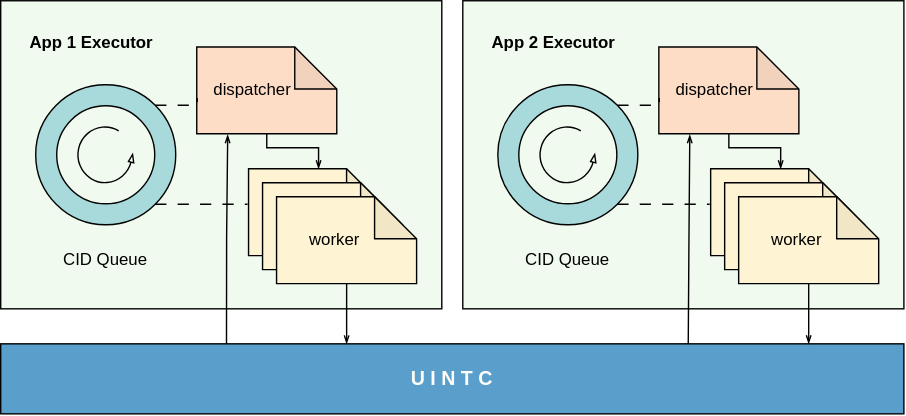
Before: images/executor.svg, a diagram exported from draw.io (LynxPeng/GraduationProjectPaper). Source tidied: cells renumbered, new cells last; positions are measured from the earlier drawing's top-left corner, leaving out a move shared by most shapes.
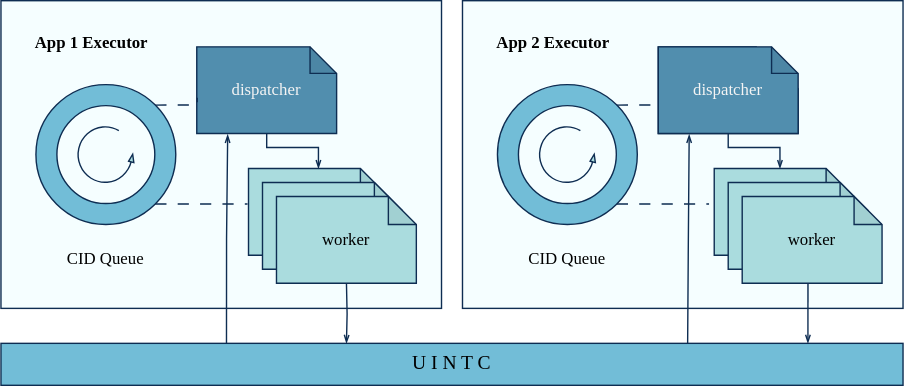
The same file after the commit.

What changed in the source:
```diff
@@ -2,43 +2,37 @@
   <root>
     <mxCell id="0" />
     <mxCell id="1" parent="0" />
-    <mxCell id="2" style="rounded=0;whiteSpace=wrap;html=1;fillColor=#F1FAEE;" parent="1" vertex="1">
+    <mxCell id="2" style="rounded=0;whiteSpace=wrap;html=1;fontFamily=思源黑体 CN VF;fillColor=#F5FEFF;strokeColor=#0E2D52;" parent="1" vertex="1">
       <mxGeometry width="315" height="220" as="geometry" />
     </mxCell>
-    <mxCell id="3" style="ellipse;whiteSpace=wrap;html=1;fillColor=#A8DADC;" parent="1" vertex="1">
+    <mxCell id="3" style="ellipse;whiteSpace=wrap;html=1;fillColor=#72BDD7;fontFamily=思源黑体 CN VF;strokeColor=#0E2D52;" parent="1" vertex="1">
       <mxGeometry x="25" y="60" width="100" height="100" as="geometry" />
     </mxCell>
-    <mxCell id="4" style="ellipse;whiteSpace=wrap;html=1;fillColor=#F1FAEE;" parent="1" vertex="1">
+    <mxCell id="4" style="ellipse;whiteSpace=wrap;html=1;fontFamily=思源黑体 CN VF;fillColor=#F5FEFF;strokeColor=#0E2D52;" parent="1" vertex="1">
       <mxGeometry x="40" y="75" width="70" height="70" as="geometry" />
     </mxCell>
-    <mxCell id="5" value="dispatcher&amp;nbsp; &amp;nbsp; &amp;nbsp;&amp;nbsp;" style="shape=note;whiteSpace=wrap;html=1;backgroundOutline=1;darkOpacity=0.05;fillColor=#FEDDC7;" parent="1" vertex="1">
+    <mxCell id="5" value="dispatcher" style="shape=note;whiteSpace=wrap;html=1;backgroundOutline=1;darkOpacity=0.05;fillColor=#518EAE;fontFamily=思源黑体 CN VF;strokeColor=#0E2D52;fontColor=#F4F4F4;size=19;" parent="1" vertex="1">
       <mxGeometry x="140" y="33" width="100" height="62" as="geometry" />
     </mxCell>
-    <mxCell id="6" value="worker" style="shape=note;whiteSpace=wrap;html=1;backgroundOutline=1;darkOpacity=0.05;fillColor=#FEF3D2;" parent="1" vertex="1">
+    <mxCell id="6" value="worker" style="shape=note;whiteSpace=wrap;html=1;backgroundOutline=1;darkOpacity=0.05;fillColor=#AADCDE;fontFamily=思源黑体 CN VF;gradientColor=none;strokeColor=#0E2D52;size=20;" parent="1" vertex="1">
       <mxGeometry x="177" y="120" width="100" height="62" as="geometry" />
     </mxCell>
-    <mxCell id="7" value="worker" style="shape=note;whiteSpace=wrap;html=1;backgroundOutline=1;darkOpacity=0.05;fillColor=#FEF3D2;" parent="1" vertex="1">
-      <mxGeometry x="187" y="130" width="100" height="62" as="geometry" />
-    </mxCell>
-    <mxCell id="8" value="worker&amp;nbsp; &amp;nbsp; &amp;nbsp;" style="shape=note;whiteSpace=wrap;html=1;backgroundOutline=1;darkOpacity=0.05;fillColor=#FEF3D2;" parent="1" vertex="1">
-      <mxGeometry x="197" y="140" width="100" height="62" as="geometry" />
-    </mxCell>
-    <mxCell id="9" style="verticalLabelPosition=bottom;html=1;verticalAlign=top;strokeWidth=1;shape=mxgraph.lean_mapping.physical_pull;" parent="1" vertex="1">
+    <mxCell id="9" style="verticalLabelPosition=bottom;html=1;verticalAlign=top;strokeWidth=1;shape=mxgraph.lean_mapping.physical_pull;fontFamily=思源黑体 CN VF;fillColor=#AADCDE;strokeColor=#0E2D52;" parent="1" vertex="1">
       <mxGeometry x="55" y="90" width="40" height="40" as="geometry" />
     </mxCell>
-    <mxCell id="10" value="CID Queue" style="text;strokeColor=none;align=center;fillColor=none;html=1;verticalAlign=middle;whiteSpace=wrap;rounded=0;" parent="1" vertex="1">
+    <mxCell id="10" value="CID Queue" style="text;strokeColor=none;align=center;fillColor=none;html=1;verticalAlign=middle;whiteSpace=wrap;rounded=0;fontFamily=思源黑体 CN VF;" parent="1" vertex="1">
       <mxGeometry x="40" y="170" width="70" height="30" as="geometry" />
     </mxCell>
-    <mxCell id="11" style="edgeStyle=orthogonalEdgeStyle;rounded=0;jettySize=auto;html=1;exitX=1;exitY=0;exitDx=0;exitDy=0;entryX=0.003;entryY=0.587;entryDx=0;entryDy=0;entryPerimeter=0;dashed=1;dashPattern=8 8;strokeWidth=1;endArrow=none;startFill=0;endFill=0;endSize=4;" parent="1" edge="1" source="3" target="5">
+    <mxCell id="11" style="edgeStyle=orthogonalEdgeStyle;rounded=0;jettySize=auto;html=1;exitX=1;exitY=0;exitDx=0;exitDy=0;entryX=0.003;entryY=0.587;entryDx=0;entryDy=0;entryPerimeter=0;dashed=1;dashPattern=8 8;strokeWidth=1;endArrow=none;startFill=0;endFill=0;endSize=4;fontFamily=思源黑体 CN VF;strokeColor=#0E2D52;" parent="1" edge="1" source="3" target="5">
       <mxGeometry relative="1" as="geometry" />
     </mxCell>
-    <mxCell id="12" style="edgeStyle=orthogonalEdgeStyle;rounded=0;jettySize=auto;html=1;exitX=1;exitY=1;exitDx=0;exitDy=0;entryX=-0.007;entryY=0.409;entryDx=0;entryDy=0;entryPerimeter=0;dashed=1;dashPattern=8 8;strokeWidth=1;endArrow=none;startFill=0;endFill=0;endSize=4;" parent="1" edge="1" source="3" target="6">
+    <mxCell id="12" style="edgeStyle=orthogonalEdgeStyle;rounded=0;jettySize=auto;html=1;exitX=1;exitY=1;exitDx=0;exitDy=0;entryX=-0.007;entryY=0.409;entryDx=0;entryDy=0;entryPerimeter=0;dashed=1;dashPattern=8 8;strokeWidth=1;endArrow=none;startFill=0;endFill=0;endSize=4;fontFamily=思源黑体 CN VF;strokeColor=#0E2D52;" parent="1" edge="1" source="3" target="6">
       <mxGeometry relative="1" as="geometry" />
     </mxCell>
-    <mxCell id="13" value="&lt;font style=&quot;font-size: 14px;&quot;&gt;U I N T C&lt;/font&gt;" style="rounded=0;whiteSpace=wrap;html=1;fontStyle=1;fillColor=#5A9ECB;fontColor=#FEFFFA;" parent="1" vertex="1">
-      <mxGeometry y="245" width="645" height="50" as="geometry" />
+    <mxCell id="13" value="&lt;font style=&quot;font-size: 14px;&quot;&gt;U I N T C&lt;/font&gt;" style="rounded=0;whiteSpace=wrap;html=1;fontStyle=0;fillColor=#72BDD7;fontColor=#000000;fontFamily=思源黑体 CN VF;strokeColor=#0E2D52;" parent="1" vertex="1">
+      <mxGeometry y="245" width="645" height="30" as="geometry" />
     </mxCell>
-    <mxCell id="14" style="edgeStyle=orthogonalEdgeStyle;rounded=0;jettySize=auto;html=1;entryX=0.5;entryY=0;entryDx=0;entryDy=0;entryPerimeter=0;endArrow=openThin;endFill=0;strokeWidth=1;endSize=4;" parent="1" edge="1" source="5" target="6">
+    <mxCell id="14" style="edgeStyle=orthogonalEdgeStyle;rounded=0;jettySize=auto;html=1;entryX=0.5;entryY=0;entryDx=0;entryDy=0;entryPerimeter=0;endArrow=openThin;endFill=0;strokeWidth=1;endSize=4;fontFamily=思源黑体 CN VF;strokeColor=#0E2D52;" parent="1" edge="1" source="5" target="6">
       <mxGeometry relative="1" as="geometry">
         <Array as="points">
           <mxPoint x="190" y="105" />
@@ -46,68 +40,83 @@
         </Array>
       </mxGeometry>
     </mxCell>
-    <mxCell id="15" style="edgeStyle=orthogonalEdgeStyle;rounded=0;jettySize=auto;html=1;entryX=0.383;entryY=0.002;entryDx=0;entryDy=0;entryPerimeter=0;endArrow=openThin;endFill=0;strokeWidth=1;endSize=4;" parent="1" edge="1" source="8" target="13">
-      <mxGeometry relative="1" as="geometry" />
+    <mxCell id="15" style="edgeStyle=orthogonalEdgeStyle;rounded=0;jettySize=auto;html=1;entryX=0.383;entryY=0.002;entryDx=0;entryDy=0;entryPerimeter=0;endArrow=openThin;endFill=0;strokeWidth=1;endSize=4;fontFamily=思源黑体 CN VF;strokeColor=#0E2D52;" parent="1" edge="1" target="13">
+      <mxGeometry relative="1" as="geometry">
+        <mxPoint x="247" y="202" as="sourcePoint" />
+      </mxGeometry>
     </mxCell>
-    <mxCell id="16" value="App 1 Executor" style="text;strokeColor=none;align=center;fillColor=none;html=1;verticalAlign=middle;whiteSpace=wrap;rounded=0;fontStyle=1;" parent="1" vertex="1">
+    <mxCell id="16" value="App 1 Executor" style="text;strokeColor=none;align=center;fillColor=none;html=1;verticalAlign=middle;whiteSpace=wrap;rounded=0;fontStyle=1;fontFamily=思源黑体 CN VF;" parent="1" vertex="1">
       <mxGeometry x="10" y="15" width="110" height="30" as="geometry" />
     </mxCell>
-    <mxCell id="17" style="edgeStyle=orthogonalEdgeStyle;rounded=0;jettySize=auto;html=1;endArrow=openThin;endFill=0;strokeWidth=1;endSize=4;exitX=0.25;exitY=0;exitDx=0;exitDy=0;entryX=0.221;entryY=1.01;entryDx=0;entryDy=0;entryPerimeter=0;" parent="1" edge="1" source="13" target="5">
+    <mxCell id="17" style="edgeStyle=orthogonalEdgeStyle;rounded=0;jettySize=auto;html=1;endArrow=openThin;endFill=0;strokeWidth=1;endSize=4;exitX=0.25;exitY=0;exitDx=0;exitDy=0;entryX=0.221;entryY=1.01;entryDx=0;entryDy=0;entryPerimeter=0;fontFamily=思源黑体 CN VF;strokeColor=#0E2D52;" parent="1" edge="1" source="13" target="5">
       <mxGeometry relative="1" as="geometry" />
     </mxCell>
-    <mxCell id="18" style="rounded=0;whiteSpace=wrap;html=1;fillColor=#F1FAEE;" parent="1" vertex="1">
+    <mxCell id="18" style="rounded=0;whiteSpace=wrap;html=1;fontFamily=思源黑体 CN VF;fillColor=#F5FEFF;strokeColor=#0E2D52;" parent="1" vertex="1">
       <mxGeometry x="330" width="315" height="220" as="geometry" />
     </mxCell>
-    <mxCell id="19" style="ellipse;whiteSpace=wrap;html=1;fillColor=#A8DADC;" parent="1" vertex="1">
+    <mxCell id="19" style="ellipse;whiteSpace=wrap;html=1;fillColor=#72BDD7;fontFamily=思源黑体 CN VF;strokeColor=#0E2D52;" parent="1" vertex="1">
       <mxGeometry x="355" y="60" width="100" height="100" as="geometry" />
     </mxCell>
-    <mxCell id="20" style="ellipse;whiteSpace=wrap;html=1;fillColor=#F1FAEE;" parent="1" vertex="1">
+    <mxCell id="20" style="ellipse;whiteSpace=wrap;html=1;fontFamily=思源黑体 CN VF;fillColor=#F5FEFF;strokeColor=#0E2D52;" parent="1" vertex="1">
       <mxGeometry x="370" y="75" width="70" height="70" as="geometry" />
     </mxCell>
-    <mxCell id="21" value="dispatcher&amp;nbsp; &amp;nbsp; &amp;nbsp;&amp;nbsp;" style="shape=note;whiteSpace=wrap;html=1;backgroundOutline=1;darkOpacity=0.05;fillColor=#FEDDC7;" parent="1" vertex="1">
+    <mxCell id="21" value="dispatcher&amp;nbsp; &amp;nbsp; &amp;nbsp;&amp;nbsp;" style="shape=note;whiteSpace=wrap;html=1;backgroundOutline=1;darkOpacity=0.05;fillColor=#518EAE;fontFamily=思源黑体 CN VF;strokeColor=#0E2D52;fontColor=#F4F4F4;" parent="1" vertex="1">
       <mxGeometry x="470" y="33" width="100" height="62" as="geometry" />
     </mxCell>
-    <mxCell id="22" value="worker" style="shape=note;whiteSpace=wrap;html=1;backgroundOutline=1;darkOpacity=0.05;fillColor=#FEF3D2;" parent="1" vertex="1">
-      <mxGeometry x="507" y="120" width="100" height="62" as="geometry" />
-    </mxCell>
-    <mxCell id="23" value="worker" style="shape=note;whiteSpace=wrap;html=1;backgroundOutline=1;darkOpacity=0.05;fillColor=#FEF3D2;" parent="1" vertex="1">
-      <mxGeometry x="517" y="130" width="100" height="62" as="geometry" />
-    </mxCell>
-    <mxCell id="24" value="worker&amp;nbsp; &amp;nbsp; &amp;nbsp;" style="shape=note;whiteSpace=wrap;html=1;backgroundOutline=1;darkOpacity=0.05;fillColor=#FEF3D2;" parent="1" vertex="1">
-      <mxGeometry x="527" y="140" width="100" height="62" as="geometry" />
-    </mxCell>
-    <mxCell id="25" style="verticalLabelPosition=bottom;html=1;verticalAlign=top;strokeWidth=1;shape=mxgraph.lean_mapping.physical_pull;" parent="1" vertex="1">
+    <mxCell id="25" style="verticalLabelPosition=bottom;html=1;verticalAlign=top;strokeWidth=1;shape=mxgraph.lean_mapping.physical_pull;fontFamily=思源黑体 CN VF;fillColor=#AADCDE;strokeColor=#0E2D52;" parent="1" vertex="1">
       <mxGeometry x="385" y="90" width="40" height="40" as="geometry" />
     </mxCell>
-    <mxCell id="26" value="CID Queue" style="text;strokeColor=none;align=center;fillColor=none;html=1;verticalAlign=middle;whiteSpace=wrap;rounded=0;" parent="1" vertex="1">
+    <mxCell id="26" value="CID Queue" style="text;strokeColor=none;align=center;fillColor=none;html=1;verticalAlign=middle;whiteSpace=wrap;rounded=0;fontFamily=思源黑体 CN VF;" parent="1" vertex="1">
       <mxGeometry x="370" y="170" width="70" height="30" as="geometry" />
     </mxCell>
-    <mxCell id="27" style="edgeStyle=orthogonalEdgeStyle;rounded=0;jettySize=auto;html=1;exitX=1;exitY=0;exitDx=0;exitDy=0;entryX=0.003;entryY=0.587;entryDx=0;entryDy=0;entryPerimeter=0;dashed=1;dashPattern=8 8;strokeWidth=1;endArrow=none;startFill=0;endFill=0;endSize=4;" parent="1" edge="1" source="19" target="21">
+    <mxCell id="27" style="edgeStyle=orthogonalEdgeStyle;rounded=0;jettySize=auto;html=1;exitX=1;exitY=0;exitDx=0;exitDy=0;entryX=0.003;entryY=0.587;entryDx=0;entryDy=0;entryPerimeter=0;dashed=1;dashPattern=8 8;strokeWidth=1;endArrow=none;startFill=0;endFill=0;endSize=4;fontFamily=思源黑体 CN VF;strokeColor=#0E2D52;" parent="1" edge="1" source="19" target="21">
       <mxGeometry relative="1" as="geometry" />
     </mxCell>
-    <mxCell id="28" style="edgeStyle=orthogonalEdgeStyle;rounded=0;jettySize=auto;html=1;exitX=1;exitY=1;exitDx=0;exitDy=0;entryX=-0.007;entryY=0.409;entryDx=0;entryDy=0;entryPerimeter=0;dashed=1;dashPattern=8 8;strokeWidth=1;endArrow=none;startFill=0;endFill=0;endSize=4;" parent="1" edge="1" source="19" target="22">
-      <mxGeometry relative="1" as="geometry" />
+    <mxCell id="28" style="edgeStyle=orthogonalEdgeStyle;rounded=0;jettySize=auto;html=1;exitX=1;exitY=1;exitDx=0;exitDy=0;entryX=-0.007;entryY=0.409;entryDx=0;entryDy=0;entryPerimeter=0;dashed=1;dashPattern=8 8;strokeWidth=1;endArrow=none;startFill=0;endFill=0;endSize=4;fontFamily=思源黑体 CN VF;strokeColor=#0E2D52;" parent="1" edge="1" source="19">
+      <mxGeometry relative="1" as="geometry">
+        <mxPoint x="506.3" y="145.4" as="targetPoint" />
+      </mxGeometry>
     </mxCell>
-    <mxCell id="29" style="edgeStyle=orthogonalEdgeStyle;rounded=0;jettySize=auto;html=1;entryX=0.5;entryY=0;entryDx=0;entryDy=0;entryPerimeter=0;endArrow=openThin;endFill=0;strokeWidth=1;endSize=4;" parent="1" edge="1" source="21" target="22">
+    <mxCell id="29" style="edgeStyle=orthogonalEdgeStyle;rounded=0;jettySize=auto;html=1;entryX=0.5;entryY=0;entryDx=0;entryDy=0;entryPerimeter=0;endArrow=openThin;endFill=0;strokeWidth=1;endSize=4;fontFamily=思源黑体 CN VF;strokeColor=#0E2D52;" parent="1" edge="1" source="21">
       <mxGeometry relative="1" as="geometry">
+        <mxPoint x="557" y="120" as="targetPoint" />
         <Array as="points">
           <mxPoint x="520" y="105" />
           <mxPoint x="557" y="105" />
         </Array>
       </mxGeometry>
     </mxCell>
-    <mxCell id="30" style="edgeStyle=orthogonalEdgeStyle;rounded=0;jettySize=auto;html=1;entryX=0.383;entryY=0.002;entryDx=0;entryDy=0;entryPerimeter=0;endArrow=openThin;endFill=0;strokeWidth=1;endSize=4;" parent="1" edge="1" source="24">
+    <mxCell id="30" style="edgeStyle=orthogonalEdgeStyle;rounded=0;orthogonalLoop=1;jettySize=auto;html=1;entryX=0.383;entryY=0.002;entryDx=0;entryDy=0;entryPerimeter=0;endArrow=openThin;endFill=0;strokeWidth=1;endSize=4;fontFamily=思源黑体 CN VF;strokeColor=#0E2D52;" parent="1" edge="1">
       <mxGeometry relative="1" as="geometry">
+        <mxPoint x="577" y="202" as="sourcePoint" />
         <mxPoint x="577" y="245" as="targetPoint" />
       </mxGeometry>
     </mxCell>
-    <mxCell id="31" value="App 2 Executor" style="text;strokeColor=none;align=center;fillColor=none;html=1;verticalAlign=middle;whiteSpace=wrap;rounded=0;fontStyle=1;" parent="1" vertex="1">
+    <mxCell id="31" value="App 2 Executor" style="text;strokeColor=none;align=center;fillColor=none;html=1;verticalAlign=middle;whiteSpace=wrap;rounded=0;fontStyle=1;fontFamily=思源黑体 CN VF;" parent="1" vertex="1">
       <mxGeometry x="340" y="15" width="110" height="30" as="geometry" />
     </mxCell>
-    <mxCell id="32" style="edgeStyle=orthogonalEdgeStyle;rounded=0;jettySize=auto;html=1;endArrow=openThin;endFill=0;strokeWidth=1;endSize=4;exitX=0.25;exitY=0;exitDx=0;exitDy=0;entryX=0.221;entryY=1.01;entryDx=0;entryDy=0;entryPerimeter=0;" parent="1" edge="1" target="21">
+    <mxCell id="32" style="edgeStyle=orthogonalEdgeStyle;rounded=0;jettySize=auto;html=1;endArrow=openThin;endFill=0;strokeWidth=1;endSize=4;exitX=0.25;exitY=0;exitDx=0;exitDy=0;entryX=0.221;entryY=1.01;entryDx=0;entryDy=0;entryPerimeter=0;fontFamily=思源黑体 CN VF;strokeColor=#0E2D52;" parent="1" edge="1" target="21">
       <mxGeometry relative="1" as="geometry">
         <mxPoint x="491" y="245" as="sourcePoint" />
       </mxGeometry>
     </mxCell>
+    <mxCell id="33" value="worker" style="shape=note;whiteSpace=wrap;html=1;backgroundOutline=1;darkOpacity=0.05;fillColor=#AADCDE;fontFamily=思源黑体 CN VF;gradientColor=none;strokeColor=#0E2D52;size=20;" parent="1" vertex="1">
+      <mxGeometry x="187" y="130" width="100" height="62" as="geometry" />
+    </mxCell>
+    <mxCell id="34" value="worker" style="shape=note;whiteSpace=wrap;html=1;backgroundOutline=1;darkOpacity=0.05;fillColor=#AADCDE;fontFamily=思源黑体 CN VF;gradientColor=none;strokeColor=#0E2D52;size=20;" parent="1" vertex="1">
+      <mxGeometry x="197" y="140" width="100" height="62" as="geometry" />
+    </mxCell>
+    <mxCell id="35" value="worker" style="shape=note;whiteSpace=wrap;html=1;backgroundOutline=1;darkOpacity=0.05;fillColor=#AADCDE;fontFamily=思源黑体 CN VF;gradientColor=none;strokeColor=#0E2D52;size=20;" parent="1" vertex="1">
+      <mxGeometry x="510" y="120" width="100" height="62" as="geometry" />
+    </mxCell>
+    <mxCell id="36" value="worker" style="shape=note;whiteSpace=wrap;html=1;backgroundOutline=1;darkOpacity=0.05;fillColor=#AADCDE;fontFamily=思源黑体 CN VF;gradientColor=none;strokeColor=#0E2D52;size=20;" parent="1" vertex="1">
+      <mxGeometry x="520" y="130" width="100" height="62" as="geometry" />
+    </mxCell>
+    <mxCell id="37" value="worker" style="shape=note;whiteSpace=wrap;html=1;backgroundOutline=1;darkOpacity=0.05;fillColor=#AADCDE;fontFamily=思源黑体 CN VF;gradientColor=none;strokeColor=#0E2D52;size=20;" parent="1" vertex="1">
+      <mxGeometry x="530" y="140" width="100" height="62" as="geometry" />
+    </mxCell>
+    <mxCell id="38" value="dispatcher" style="shape=note;whiteSpace=wrap;html=1;backgroundOutline=1;darkOpacity=0.05;fillColor=#518EAE;fontFamily=思源黑体 CN VF;strokeColor=#0E2D52;fontColor=#F4F4F4;size=19;" parent="1" vertex="1">
+      <mxGeometry x="470" y="33" width="100" height="62" as="geometry" />
+    </mxCell>
   </root>
 </mxGraphModel>
```
